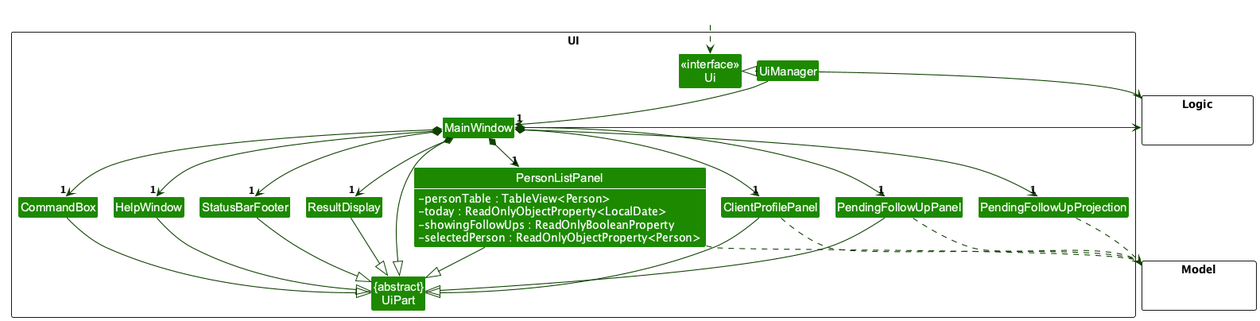
Before: docs/images/UiClassDiagram.png, a diagram exported from PlantUML (AY2627S1-CS2103T-W13-3/tp).
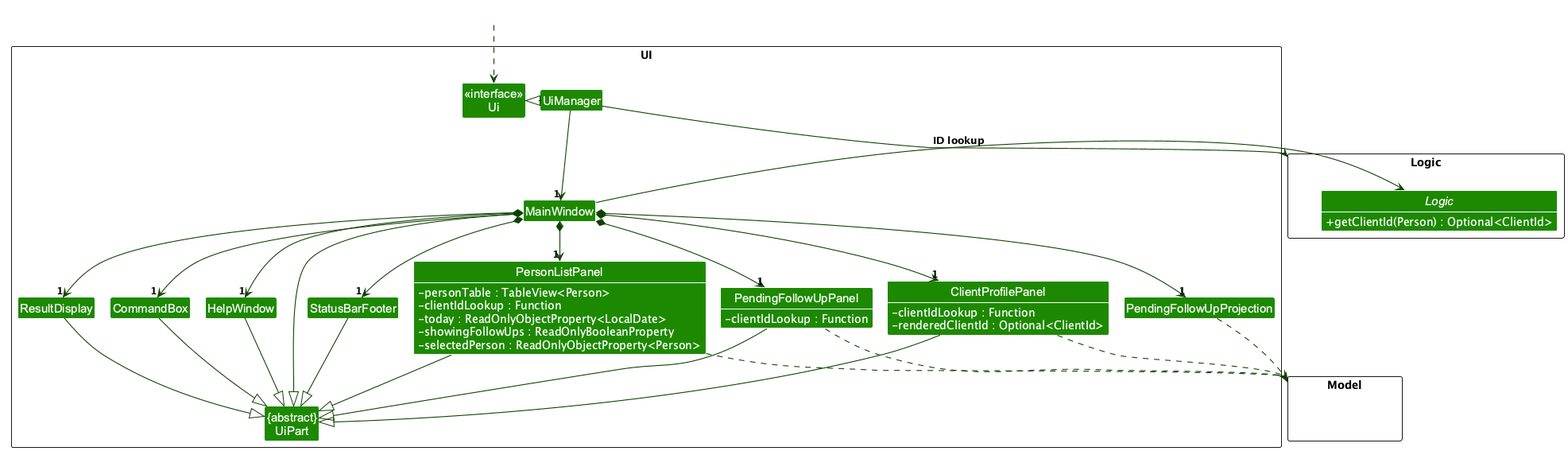
After the commit.

Diff of the diagram source:
```diff
@@ -14,27 +14,38 @@
 Class MainWindow
 Class HelpWindow
 Class ResultDisplay
-Class ClientProfilePanel
+Class ClientProfilePanel {
+  -clientIdLookup : Function
+  -renderedClientId : Optional<ClientId>
+}
 Class PersonListPanel {
   -personTable : TableView<Person>
+  -clientIdLookup : Function
   -today : ReadOnlyObjectProperty<LocalDate>
   -showingFollowUps : ReadOnlyBooleanProperty
   -selectedPerson : ReadOnlyObjectProperty<Person>
 }
-Class PendingFollowUpPanel
+Class PendingFollowUpPanel {
+  -clientIdLookup : Function
+}
 Class PendingFollowUpProjection
 Class StatusBarFooter
 Class CommandBox
 }
 
 show PersonListPanel fields
+show ClientProfilePanel fields
+show PendingFollowUpPanel fields
 
 package Model <<Rectangle>> {
 Class HiddenModel #FFFFFF
 }
 
 package Logic <<Rectangle>> {
-Class HiddenLogic #FFFFFF
+interface "Logic" as LogicApi {
+  +getClientId(Person) : Optional<ClientId>
+}
+show LogicApi methods
 }
 
 Class HiddenOutside #FFFFFF
@@ -67,7 +78,7 @@
 PendingFollowUpPanel ..> Model
 ClientProfilePanel ..> Model
 UiManager -right-> Logic
-MainWindow -left-> Logic
+MainWindow -left-> LogicApi : ID lookup
 
 PersonListPanel -[hidden]left- HelpWindow
 HelpWindow -[hidden]left- CommandBox
```
